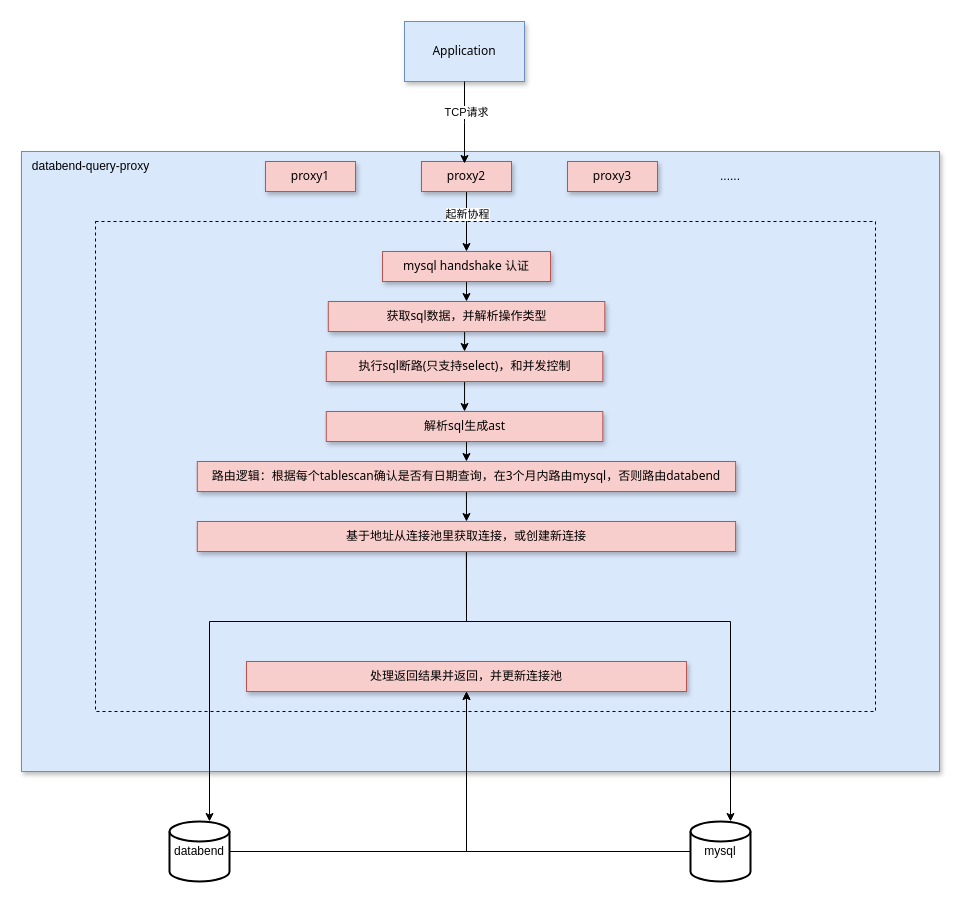
This is doc/databend-mysql-proxy动态路由.drawio from jackjoesh/databend, a draw.io file, before an edit. Source tidied: cells renumbered, new cells numbered last; positions are measured from the earlier drawing's top-left corner, leaving out a move shared by most shapes. Both pictures are drawn from the tidied source at 100%, with x=0, y=0 at pixel (19, 21).
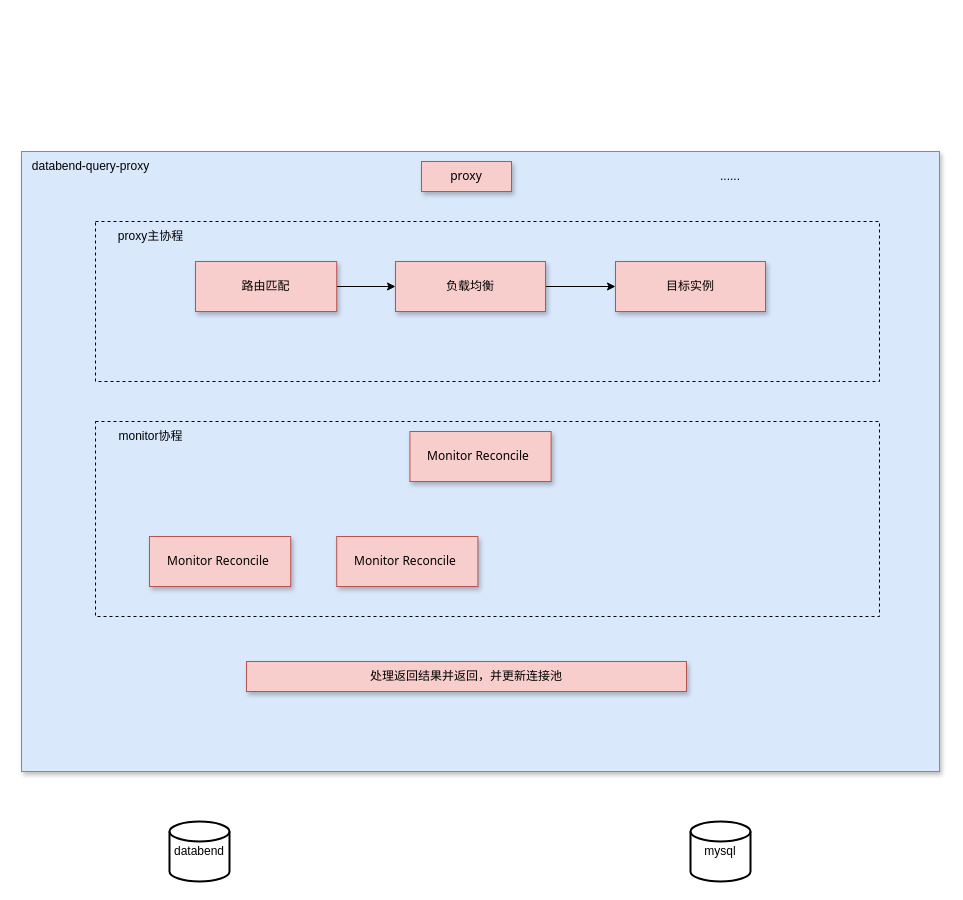
The same page after the edit.

Commit message (it also covers changes not shown here):
更新databend-mysql-proxy动态路由.drawio

Unchanged cells that the change refers to:
```xml
<mxCell id="6" value="databend" style="strokeWidth=2;html=1;shape=mxgraph.flowchart.database;whiteSpace=wrap;" parent="1" vertex="1">
  <mxGeometry x="150" y="800" width="60" height="60" as="geometry" />
</mxCell>
<mxCell id="8" value="mysql" style="strokeWidth=2;html=1;shape=mxgraph.flowchart.database;whiteSpace=wrap;" parent="1" vertex="1">
  <mxGeometry x="671" y="800" width="60" height="60" as="geometry" />
</mxCell>
<mxCell id="31" value="处理返回结果并返回，并更新连接池" style="rounded=0;whiteSpace=wrap;html=1;fillColor=#f8cecc;strokeColor=#b85450;shadow=1;fontFamily=Tahoma;" parent="1" vertex="1">
  <mxGeometry x="227" y="640" width="440" height="30" as="geometry" />
</mxCell>
```

Diff of the diagram source:
```diff
@@
-    <mxCell id="2" value="Application" style="rounded=0;whiteSpace=wrap;html=1;fillColor=#dae8fc;strokeColor=#6c8ebf;shadow=1;fontFamily=Tahoma;" parent="1" vertex="1">
-      <mxGeometry x="385" width="120" height="60" as="geometry" />
-    </mxCell>
@@
-    <mxCell id="5" style="edgeStyle=orthogonalEdgeStyle;rounded=0;jettySize=auto;html=1;exitX=1;exitY=0.5;exitDx=0;exitDy=0;exitPerimeter=0;" parent="1" edge="1" source="6" target="31">
-      <mxGeometry relative="1" as="geometry" />
-    </mxCell>
@@
-    <mxCell id="7" style="edgeStyle=orthogonalEdgeStyle;rounded=0;jettySize=auto;html=1;exitX=0;exitY=0.5;exitDx=0;exitDy=0;exitPerimeter=0;entryX=0.5;entryY=1;entryDx=0;entryDy=0;" parent="1" edge="1" source="8" target="31">
-      <mxGeometry relative="1" as="geometry" />
-    </mxCell>
@@
-    <mxCell id="9" value="proxy1" style="rounded=0;whiteSpace=wrap;html=1;fillColor=#f8cecc;strokeColor=#b85450;shadow=1;fontFamily=Tahoma;" parent="1" vertex="1">
-      <mxGeometry x="246" y="140" width="90" height="30" as="geometry" />
-    </mxCell>
-    <mxCell id="10" style="edgeStyle=orthogonalEdgeStyle;rounded=0;jettySize=auto;html=1;exitX=0.5;exitY=1;exitDx=0;exitDy=0;entryX=0.5;entryY=0;entryDx=0;entryDy=0;" parent="1" edge="1" source="12" target="19">
-      <mxGeometry relative="1" as="geometry" />
-    </mxCell>
-    <mxCell id="11" value="起新协程" style="edgeLabel;html=1;align=center;verticalAlign=middle;" parent="10" vertex="1">
-      <mxGeometry x="-0.27" relative="1" as="geometry" />
-    </mxCell>
-    <mxCell id="12" value="proxy2" style="rounded=0;whiteSpace=wrap;html=1;fillColor=#f8cecc;strokeColor=#b85450;shadow=1;fontFamily=Tahoma;" parent="1" vertex="1">
+    <mxCell id="12" value="proxy" style="rounded=0;whiteSpace=wrap;html=1;fillColor=#f8cecc;strokeColor=#b85450;shadow=1;fontFamily=Tahoma;" parent="1" vertex="1">
       <mxGeometry x="402" y="140" width="90" height="30" as="geometry" />
     </mxCell>
-    <mxCell id="13" value="proxy3" style="rounded=0;whiteSpace=wrap;html=1;fillColor=#f8cecc;strokeColor=#b85450;shadow=1;fontFamily=Tahoma;" parent="1" vertex="1">
-      <mxGeometry x="548" y="140" width="90" height="30" as="geometry" />
-    </mxCell>
@@
-    <mxCell id="15" style="edgeStyle=orthogonalEdgeStyle;rounded=0;jettySize=auto;html=1;exitX=0.5;exitY=1;exitDx=0;exitDy=0;entryX=0.422;entryY=0.067;entryDx=0;entryDy=0;entryPerimeter=0;" parent="1" edge="1" source="2">
-      <mxGeometry relative="1" as="geometry">
-        <mxPoint x="445" y="142" as="targetPoint" />
-      </mxGeometry>
-    </mxCell>
-    <mxCell id="16" value="TCP请求" style="edgeLabel;html=1;align=center;verticalAlign=middle;" parent="15" vertex="1">
-      <mxGeometry x="-0.27" y="1" relative="1" as="geometry" />
-    </mxCell>
     <mxCell id="17" style="rounded=0;whiteSpace=wrap;html=1;fillColor=none;dashed=1;" parent="1" vertex="1">
-      <mxGeometry x="76" y="200" width="780" height="490" as="geometry" />
+      <mxGeometry x="76" y="200" width="784" height="160" as="geometry" />
     </mxCell>
-    <mxCell id="18" style="edgeStyle=orthogonalEdgeStyle;rounded=0;jettySize=auto;html=1;exitX=0.5;exitY=1;exitDx=0;exitDy=0;" parent="1" edge="1" source="19" target="21">
-      <mxGeometry relative="1" as="geometry" />
-    </mxCell>
-    <mxCell id="19" value="mysql handshake 认证" style="rounded=0;whiteSpace=wrap;html=1;fillColor=#f8cecc;strokeColor=#b85450;shadow=1;fontFamily=Tahoma;" parent="1" vertex="1">
-      <mxGeometry x="363" y="230" width="168" height="30" as="geometry" />
-    </mxCell>
-    <mxCell id="20" style="edgeStyle=orthogonalEdgeStyle;rounded=0;jettySize=auto;html=1;exitX=0.5;exitY=1;exitDx=0;exitDy=0;entryX=0.5;entryY=0;entryDx=0;entryDy=0;" parent="1" edge="1" source="21" target="23">
-      <mxGeometry relative="1" as="geometry" />
-    </mxCell>
-    <mxCell id="21" value="获取sql数据，并解析操作类型" style="rounded=0;whiteSpace=wrap;html=1;fillColor=#f8cecc;strokeColor=#b85450;shadow=1;fontFamily=Tahoma;" parent="1" vertex="1">
-      <mxGeometry x="308.8" y="280" width="276.5" height="30" as="geometry" />
-    </mxCell>
-    <mxCell id="22" style="edgeStyle=orthogonalEdgeStyle;rounded=0;jettySize=auto;html=1;exitX=0.5;exitY=1;exitDx=0;exitDy=0;entryX=0.5;entryY=0;entryDx=0;entryDy=0;" parent="1" edge="1" source="23" target="25">
-      <mxGeometry relative="1" as="geometry" />
-    </mxCell>
-    <mxCell id="23" value="执行sql断路(只支持select)，和并发控制" style="rounded=0;whiteSpace=wrap;html=1;fillColor=#f8cecc;strokeColor=#b85450;shadow=1;fontFamily=Tahoma;" parent="1" vertex="1">
-      <mxGeometry x="306.8" y="330" width="276.5" height="30" as="geometry" />
-    </mxCell>
-    <mxCell id="24" style="edgeStyle=orthogonalEdgeStyle;rounded=0;jettySize=auto;html=1;exitX=0.5;exitY=1;exitDx=0;exitDy=0;entryX=0.5;entryY=0;entryDx=0;entryDy=0;" parent="1" edge="1" source="25" target="27">
-      <mxGeometry relative="1" as="geometry" />
-    </mxCell>
+    <mxCell id="32" style="edgeStyle=orthogonalEdgeStyle;rounded=0;jettySize=auto;html=1;exitX=1;exitY=0.5;exitDx=0;exitDy=0;entryX=0;entryY=0.5;entryDx=0;entryDy=0;" parent="1" edge="1" source="25" target="34">
+      <mxGeometry relative="1" as="geometry" />
+    </mxCell>
-    <mxCell id="25" value="解析sql生成ast" style="rounded=0;whiteSpace=wrap;html=1;fillColor=#f8cecc;strokeColor=#b85450;shadow=1;fontFamily=Tahoma;" parent="1" vertex="1">
-      <mxGeometry x="306.8" y="390" width="276.5" height="30" as="geometry" />
+    <mxCell id="25" value="路由匹配" style="rounded=0;whiteSpace=wrap;html=1;fillColor=#f8cecc;strokeColor=#b85450;shadow=1;fontFamily=Tahoma;" parent="1" vertex="1">
+      <mxGeometry x="176" y="240" width="141.2" height="50" as="geometry" />
     </mxCell>
-    <mxCell id="26" style="edgeStyle=orthogonalEdgeStyle;rounded=0;jettySize=auto;html=1;exitX=0.5;exitY=1;exitDx=0;exitDy=0;entryX=0.5;entryY=0;entryDx=0;entryDy=0;" parent="1" edge="1" source="27">
-      <mxGeometry relative="1" as="geometry">
-        <mxPoint x="447" y="500" as="targetPoint" />
-      </mxGeometry>
-    </mxCell>
-    <mxCell id="27" value="路由逻辑：根据每个tablescan确认是否有日期查询，在3个月内路由mysql，否则路由databend" style="rounded=0;whiteSpace=wrap;html=1;fillColor=#f8cecc;strokeColor=#b85450;shadow=1;fontFamily=Tahoma;" parent="1" vertex="1">
-      <mxGeometry x="177.8" y="440" width="538.3" height="30" as="geometry" />
-    </mxCell>
-    <mxCell id="28" style="edgeStyle=orthogonalEdgeStyle;rounded=0;jettySize=auto;html=1;exitX=0.5;exitY=1;exitDx=0;exitDy=0;" parent="1" edge="1" source="30" target="8">
-      <mxGeometry relative="1" as="geometry">
-        <Array as="points">
-          <mxPoint x="447" y="600" />
-          <mxPoint x="711" y="600" />
-        </Array>
-      </mxGeometry>
-    </mxCell>
-    <mxCell id="29" style="edgeStyle=orthogonalEdgeStyle;rounded=0;jettySize=auto;html=1;exitX=0.5;exitY=1;exitDx=0;exitDy=0;" parent="1" edge="1" source="30" target="6">
-      <mxGeometry relative="1" as="geometry">
-        <Array as="points">
-          <mxPoint x="447" y="600" />
-          <mxPoint x="190" y="600" />
-        </Array>
-      </mxGeometry>
-    </mxCell>
-    <mxCell id="30" value="基于地址从连接池里获取连接，或创建新连接" style="rounded=0;whiteSpace=wrap;html=1;fillColor=#f8cecc;strokeColor=#b85450;shadow=1;fontFamily=Tahoma;" parent="1" vertex="1">
-      <mxGeometry x="177.8" y="500" width="538.3" height="30" as="geometry" />
-    </mxCell>
@@
+    <mxCell id="33" style="edgeStyle=orthogonalEdgeStyle;rounded=0;jettySize=auto;html=1;exitX=1;exitY=0.5;exitDx=0;exitDy=0;" parent="1" edge="1" source="34" target="37">
+      <mxGeometry relative="1" as="geometry" />
+    </mxCell>
+    <mxCell id="34" value="负载均衡" style="rounded=0;whiteSpace=wrap;html=1;fillColor=#f8cecc;strokeColor=#b85450;shadow=1;fontFamily=Tahoma;" parent="1" vertex="1">
+      <mxGeometry x="376" y="240" width="150" height="50" as="geometry" />
+    </mxCell>
+    <mxCell id="35" style="rounded=0;whiteSpace=wrap;html=1;fillColor=none;dashed=1;" parent="1" vertex="1">
+      <mxGeometry x="76" y="400" width="784" height="195" as="geometry" />
+    </mxCell>
+    <mxCell id="36" value="proxy主协程" style="text;strokeColor=none;align=center;fillColor=none;html=1;verticalAlign=middle;whiteSpace=wrap;rounded=0;" parent="1" vertex="1">
+      <mxGeometry x="60" y="200" width="143" height="30" as="geometry" />
+    </mxCell>
+    <mxCell id="37" value="目标实例" style="rounded=0;whiteSpace=wrap;html=1;fillColor=#f8cecc;strokeColor=#b85450;shadow=1;fontFamily=Tahoma;" parent="1" vertex="1">
+      <mxGeometry x="596" y="240" width="150" height="50" as="geometry" />
+    </mxCell>
+    <mxCell id="38" value="Monitor Reconcile&amp;nbsp;" style="rounded=0;whiteSpace=wrap;html=1;fillColor=#f8cecc;strokeColor=#b85450;shadow=1;fontFamily=Tahoma;" parent="1" vertex="1">
+      <mxGeometry x="390.4" y="410" width="141.2" height="50" as="geometry" />
+    </mxCell>
+    <mxCell id="39" value="Monitor Reconcile&amp;nbsp;" style="rounded=0;whiteSpace=wrap;html=1;fillColor=#f8cecc;strokeColor=#b85450;shadow=1;fontFamily=Tahoma;" parent="1" vertex="1">
+      <mxGeometry x="130" y="515" width="141.2" height="50" as="geometry" />
+    </mxCell>
+    <mxCell id="40" value="Monitor Reconcile&amp;nbsp;" style="rounded=0;whiteSpace=wrap;html=1;fillColor=#f8cecc;strokeColor=#b85450;shadow=1;fontFamily=Tahoma;" parent="1" vertex="1">
+      <mxGeometry x="317.2" y="515" width="141.2" height="50" as="geometry" />
+    </mxCell>
+    <mxCell id="41" value="monitor协程" style="text;strokeColor=none;align=center;fillColor=none;html=1;verticalAlign=middle;whiteSpace=wrap;rounded=0;" parent="1" vertex="1">
+      <mxGeometry x="60" y="400" width="143" height="30" as="geometry" />
+    </mxCell>
```
